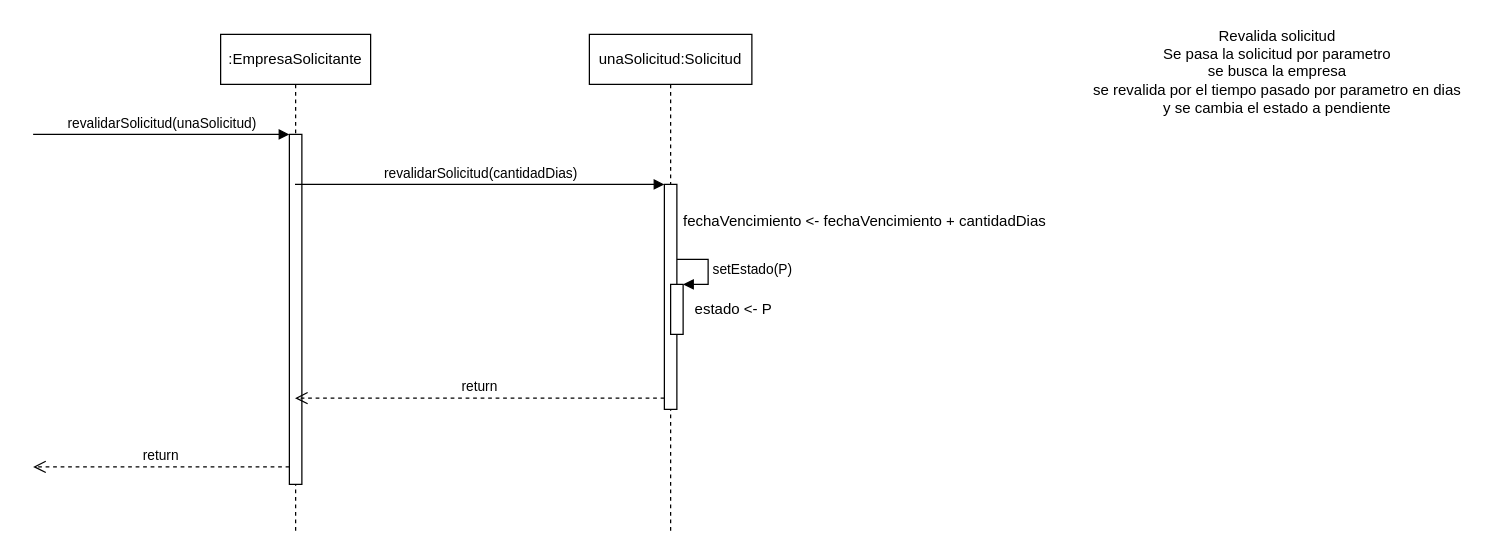
Earlier version of the draw.io diagram page "8" (7 of 8) of TPOFinal_POO.drawio (Torgeck/TPFinalPoo). Source tidied: cells renumbered, new cells numbered last; positions are measured from the earlier drawing's top-left corner, leaving out a move shared by most shapes. Both pictures are drawn from the tidied source at 125%, with x=0, y=0 at pixel (32, 21).
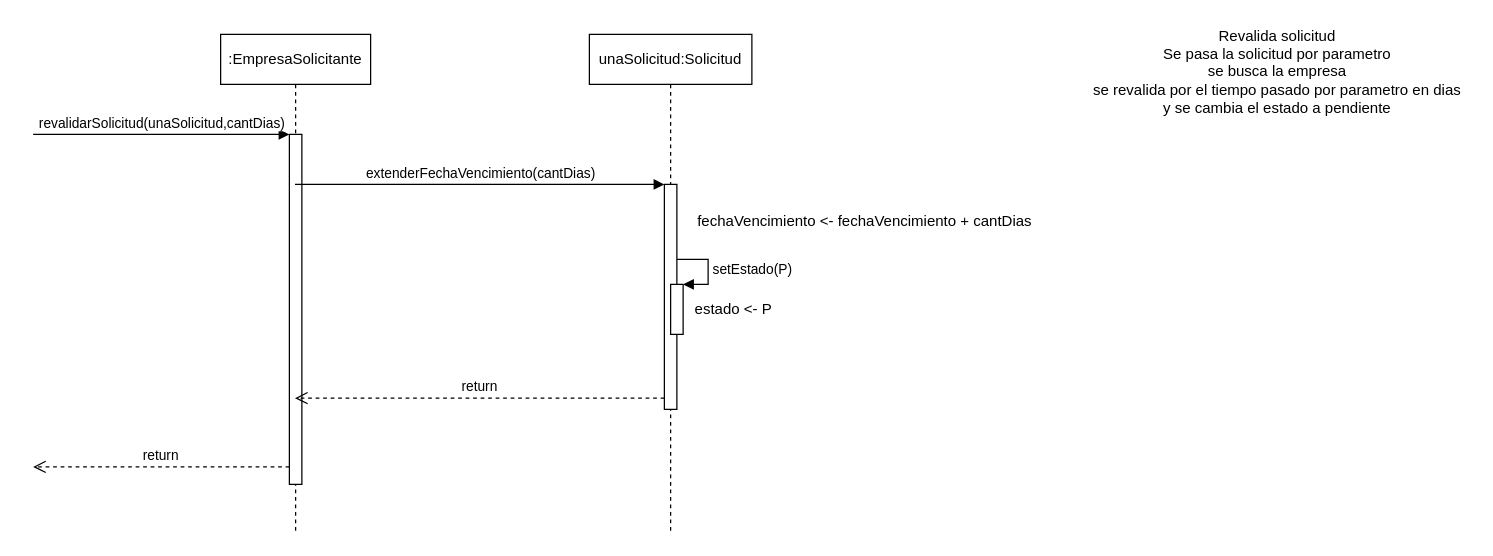
Above is the later version.

Diff of the diagram source:
```diff
@@
 <mxGraphModel>
   <root>
     <mxCell id="0" />
     <mxCell id="1" parent="0" />
     <mxCell id="2" value="Revalida solicitud&lt;br&gt;Se pasa la solicitud por parametro&lt;br&gt;se busca la empresa&lt;br&gt;se revalida por el tiempo pasado por parametro en dias&lt;br&gt;y se cambia el estado a pendiente" style="text;html=1;align=center;verticalAlign=middle;" parent="1" vertex="1">
       <mxGeometry x="840" width="310" height="80" as="geometry" />
     </mxCell>
     <mxCell id="3" value=":EmpresaSolicitante" style="shape=umlLifeline;perimeter=lifelinePerimeter;whiteSpace=wrap;html=1;outlineConnect=0;" parent="1" vertex="1">
       <mxGeometry x="150" y="10" width="120" height="400" as="geometry" />
     </mxCell>
     <mxCell id="4" style="html=1;points=[];perimeter=orthogonalPerimeter;" parent="3" vertex="1">
       <mxGeometry x="55" y="80" width="10" height="280" as="geometry" />
     </mxCell>
-    <mxCell id="5" value="revalidarSolicitud(unaSolicitud)" style="html=1;verticalAlign=bottom;endArrow=block;entryX=0;entryY=0;" parent="1" edge="1" target="4">
+    <mxCell id="5" value="revalidarSolicitud(unaSolicitud,cantDias)" style="html=1;verticalAlign=bottom;endArrow=block;entryX=0;entryY=0;" parent="1" edge="1" target="4">
       <mxGeometry relative="1" as="geometry">
         <mxPoint y="90" as="sourcePoint" />
       </mxGeometry>
     </mxCell>
     <mxCell id="6" value="return" style="html=1;verticalAlign=bottom;endArrow=open;dashed=1;endSize=8;exitX=0;exitY=0.95;" parent="1" edge="1" source="4">
       <mxGeometry relative="1" as="geometry">
         <mxPoint y="356" as="targetPoint" />
       </mxGeometry>
     </mxCell>
     <mxCell id="7" value="unaSolicitud:Solicitud" style="shape=umlLifeline;perimeter=lifelinePerimeter;whiteSpace=wrap;html=1;" parent="1" vertex="1">
       <mxGeometry x="445" y="10" width="130" height="400" as="geometry" />
     </mxCell>
     <mxCell id="8" style="html=1;points=[];perimeter=orthogonalPerimeter;" parent="7" vertex="1">
       <mxGeometry x="60" y="120" width="10" height="180" as="geometry" />
     </mxCell>
     <mxCell id="9" style="html=1;points=[];perimeter=orthogonalPerimeter;" parent="7" vertex="1">
       <mxGeometry x="65" y="200" width="10" height="40" as="geometry" />
     </mxCell>
     <mxCell id="10" value="setEstado(P)" style="edgeStyle=orthogonalEdgeStyle;html=1;align=left;spacingLeft=2;endArrow=block;rounded=0;entryX=1;entryY=0;" parent="7" edge="1" target="9">
       <mxGeometry relative="1" as="geometry">
         <mxPoint x="70" y="180" as="sourcePoint" />
         <Array as="points">
           <mxPoint x="95" y="180" />
         </Array>
       </mxGeometry>
     </mxCell>
-    <mxCell id="11" value="revalidarSolicitud(cantidadDias)" style="html=1;verticalAlign=bottom;endArrow=block;entryX=0;entryY=0;" parent="1" edge="1" source="3" target="8">
+    <mxCell id="11" value="extenderFechaVencimiento(cantDias)" style="html=1;verticalAlign=bottom;endArrow=block;entryX=0;entryY=0;" parent="1" edge="1" source="3" target="8">
       <mxGeometry relative="1" as="geometry" />
     </mxCell>
     <mxCell id="12" value="return" style="html=1;verticalAlign=bottom;endArrow=open;dashed=1;endSize=8;exitX=0;exitY=0.95;" parent="1" edge="1" source="8" target="3">
       <mxGeometry relative="1" as="geometry" />
     </mxCell>
-    <mxCell id="13" value="fechaVencimiento &amp;lt;- fechaVencimiento + cantidadDias" style="text;html=1;align=center;verticalAlign=middle;" parent="1" vertex="1">
-      <mxGeometry x="510" y="150" width="310" height="20" as="geometry" />
+    <mxCell id="13" value="fechaVencimiento &amp;lt;- fechaVencimiento + cantDias" style="text;html=1;align=center;verticalAlign=middle;" parent="1" vertex="1">
+      <mxGeometry x="525" y="150" width="280" height="20" as="geometry" />
     </mxCell>
     <mxCell id="14" value="estado &amp;lt;- P" style="text;html=1;align=center;verticalAlign=middle;" parent="1" vertex="1">
       <mxGeometry x="520" y="220" width="80" height="20" as="geometry" />
     </mxCell>
   </root>
 </mxGraphModel>
```
